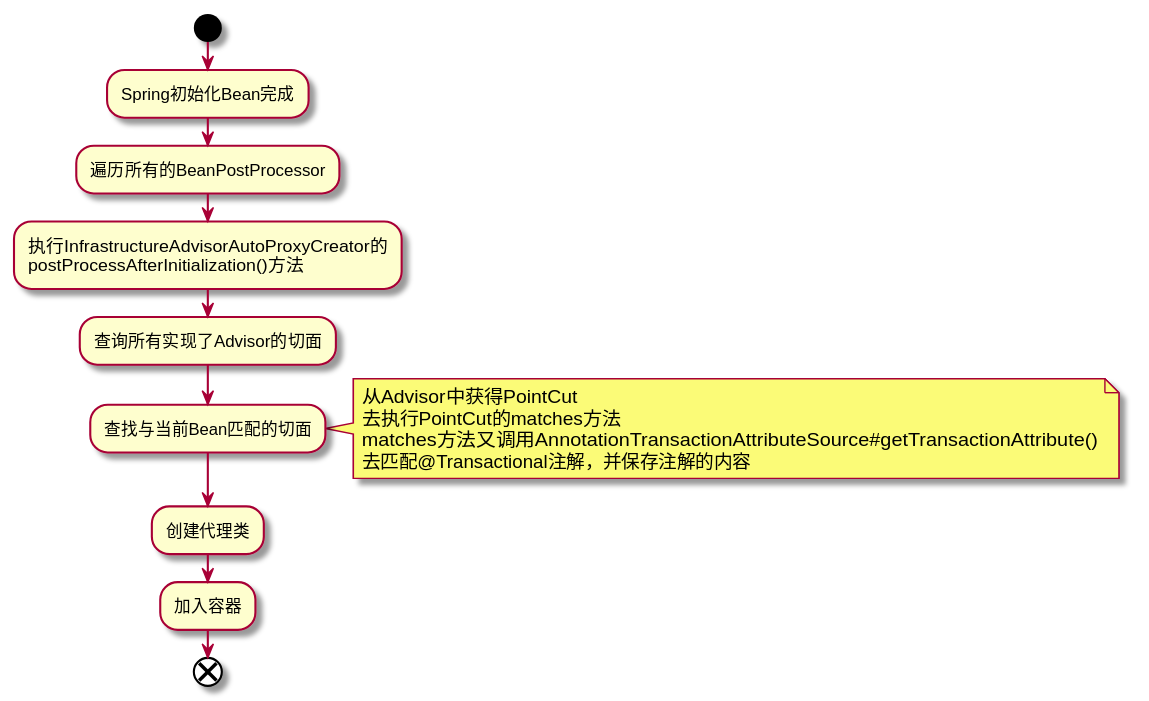
This is tx_op.svg from LaughXP/uml, a PlantUML export, as it was before one commit. Source of this version:
```plantuml
@startuml
start
:Spring初始化Bean完成;
:遍历所有的BeanPostProcessor;
:执行InfrastructureAdvisorAutoProxyCreator的
postProcessAfterInitialization()方法;
:查询所有实现了Advisor的切面;
:查找与当前Bean匹配的切面;
note right
从Advisor中获得PointCut
去执行PointCut的matches方法
matches方法又调用AnnotationTransactionAttributeSource#getTransactionAttribute()
去匹配@Transactional注解，并保存注解的内容
end note
:创建代理类;
:加入容器;
end
@enduml
```
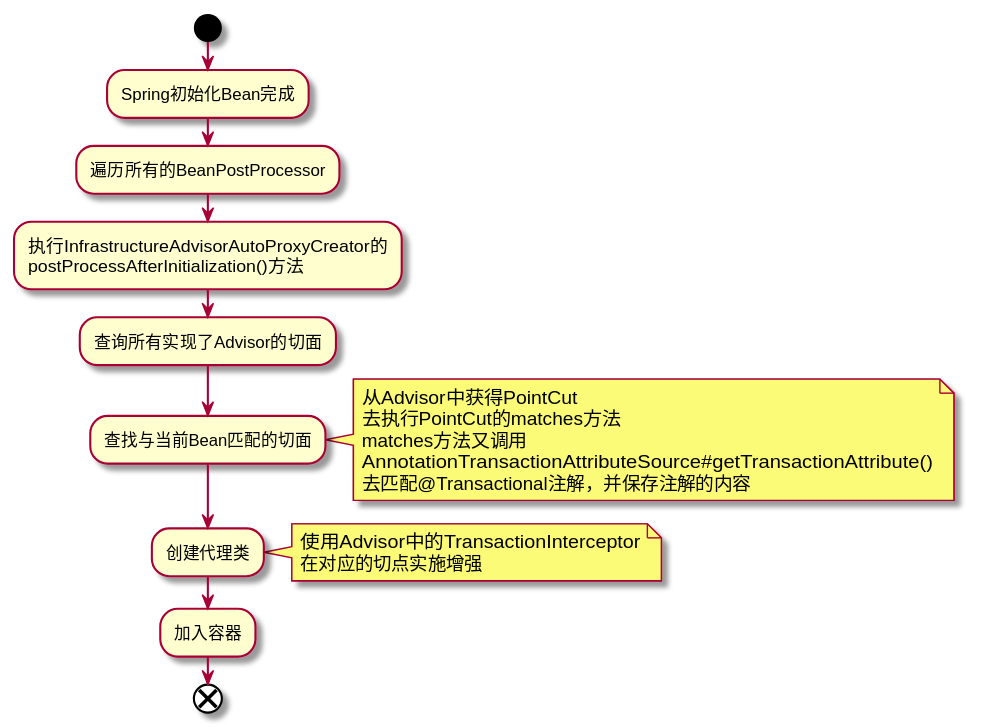
The same file after the commit.

Change to the diagram source:
```diff
@@ -9,10 +9,15 @@
 note right
 从Advisor中获得PointCut
 去执行PointCut的matches方法
-matches方法又调用AnnotationTransactionAttributeSource#getTransactionAttribute()
+matches方法又调用
+AnnotationTransactionAttributeSource#getTransactionAttribute()
 去匹配@Transactional注解，并保存注解的内容
 end note
 :创建代理类;
+note right
+使用Advisor中的TransactionInterceptor
+在对应的切点实施增强
+end note
 :加入容器;
 end
 @enduml
```
